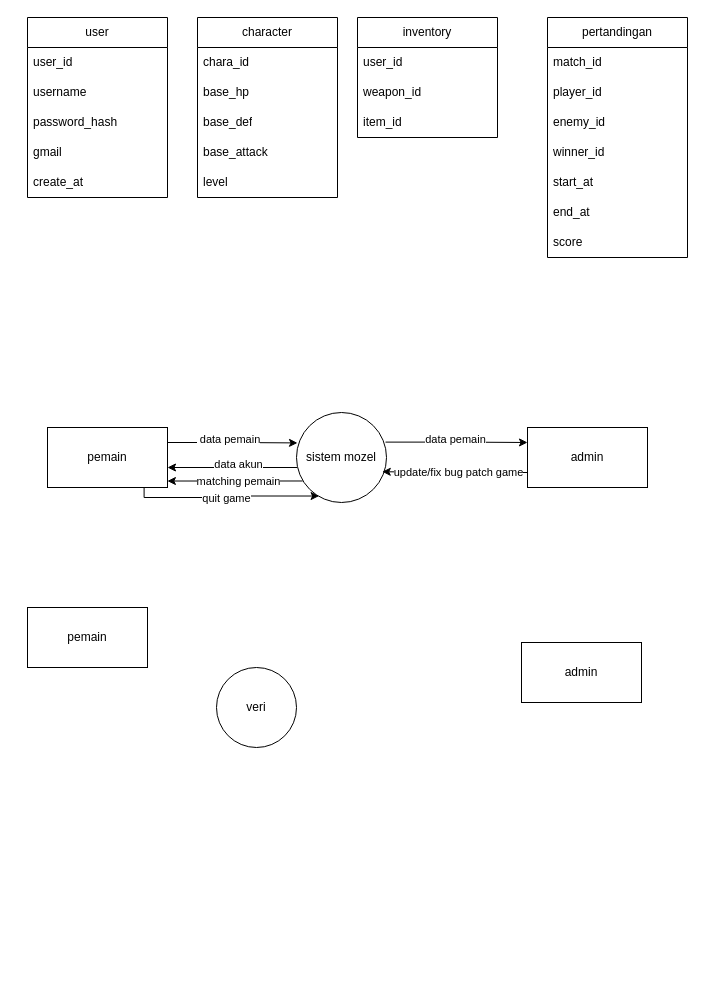
Above: Diagram Tanpa Judul.drawio in sanusiamir/uas_blogs (draw.io), before the change. Source tidied: cells renumbered, new cells numbered last; positions are measured from the earlier drawing's top-left corner, leaving out a move shared by most shapes. Both pictures are drawn from the tidied source at 100%, with x=0, y=0 at pixel (27, 17).
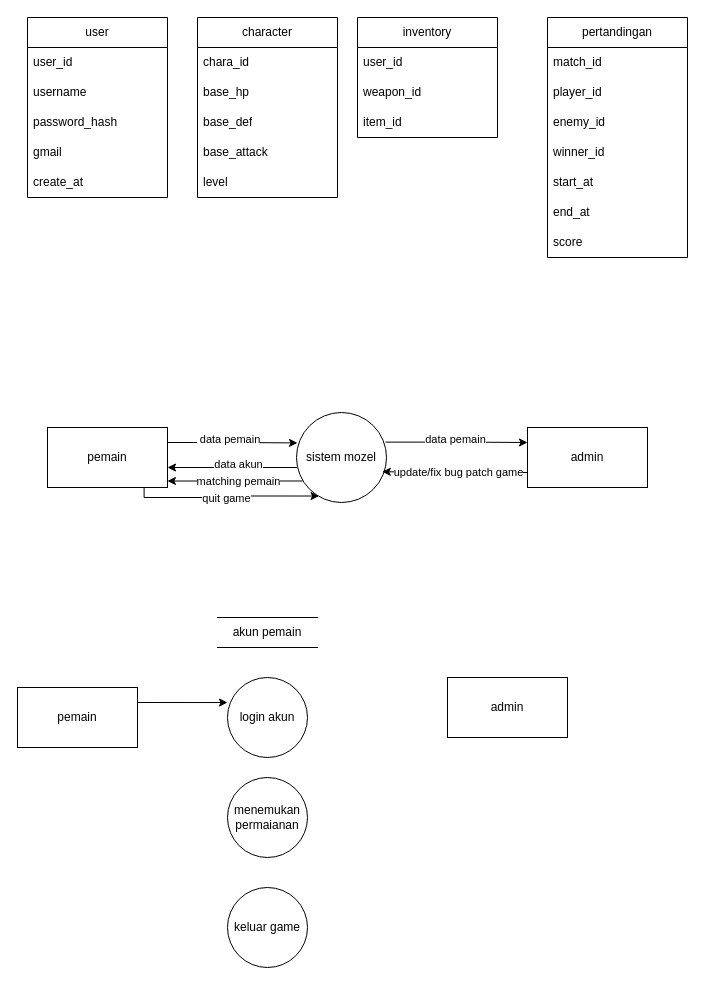
After the change.

Change to the diagram source:
```diff
@@
-    <mxCell id="41" value="veri" style="ellipse;whiteSpace=wrap;html=1;" parent="1" vertex="1">
-      <mxGeometry x="189" y="650" width="80" height="80" as="geometry" />
+    <mxCell id="41" value="keluar game" style="ellipse;whiteSpace=wrap;html=1;" parent="1" vertex="1">
+      <mxGeometry x="200" y="870" width="80" height="80" as="geometry" />
     </mxCell>
     <mxCell id="42" value="pemain" style="rounded=0;whiteSpace=wrap;html=1;" parent="1" vertex="1">
-      <mxGeometry y="590" width="120" height="60" as="geometry" />
+      <mxGeometry x="-10" y="670" width="120" height="60" as="geometry" />
     </mxCell>
     <mxCell id="43" value="admin" style="rounded=0;whiteSpace=wrap;html=1;" parent="1" vertex="1">
-      <mxGeometry x="494" y="625" width="120" height="60" as="geometry" />
+      <mxGeometry x="420" y="660" width="120" height="60" as="geometry" />
     </mxCell>
+    <mxCell id="44" value="login akun" style="ellipse;whiteSpace=wrap;html=1;" parent="1" vertex="1">
+      <mxGeometry x="200" y="660" width="80" height="80" as="geometry" />
+    </mxCell>
+    <mxCell id="45" value="menemukan permaianan" style="ellipse;whiteSpace=wrap;html=1;" parent="1" vertex="1">
+      <mxGeometry x="200" y="760" width="80" height="80" as="geometry" />
+    </mxCell>
+    <mxCell id="46" value="akun pemain" style="html=1;dashed=0;whiteSpace=wrap;shape=partialRectangle;right=0;left=0;" parent="1" vertex="1">
+      <mxGeometry x="190" y="600" width="100" height="30" as="geometry" />
+    </mxCell>
+    <mxCell id="47" style="edgeStyle=orthogonalEdgeStyle;rounded=0;jettySize=auto;html=1;exitX=1;exitY=0.25;exitDx=0;exitDy=0;entryX=0;entryY=0.313;entryDx=0;entryDy=0;entryPerimeter=0;" parent="1" edge="1" source="42" target="44">
+      <mxGeometry relative="1" as="geometry" />
+    </mxCell>
```
